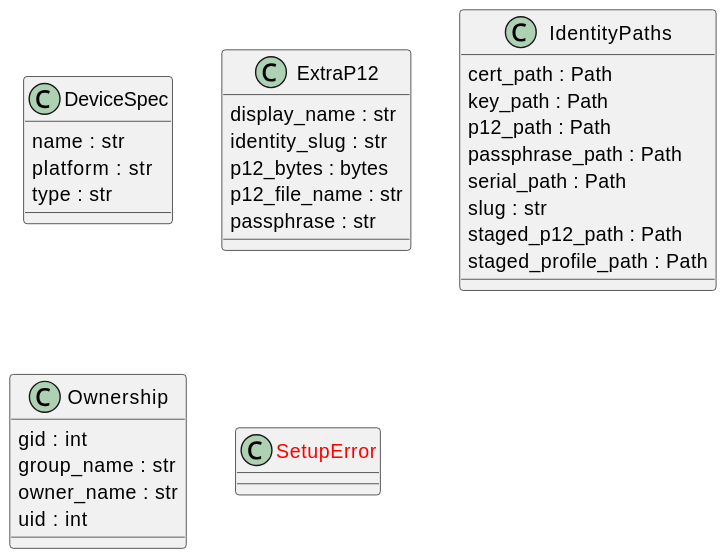
Above: docs/diagrams/python-classes.puml.svg in casonk/wiring-harness (PlantUML), before the change.
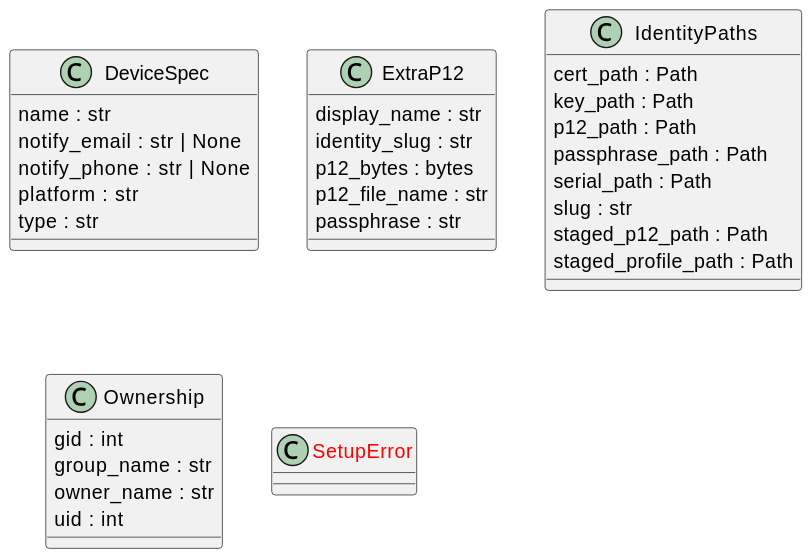
The same diagram one commit later.

What changed in the source:
```diff
@@ -2,6 +2,8 @@
 set namespaceSeparator none
 class "DeviceSpec" as export_mtls_profile.DeviceSpec {
   name : str
+  notify_email : str | None
+  notify_phone : str | None
   platform : str
   type : str
 }
```
